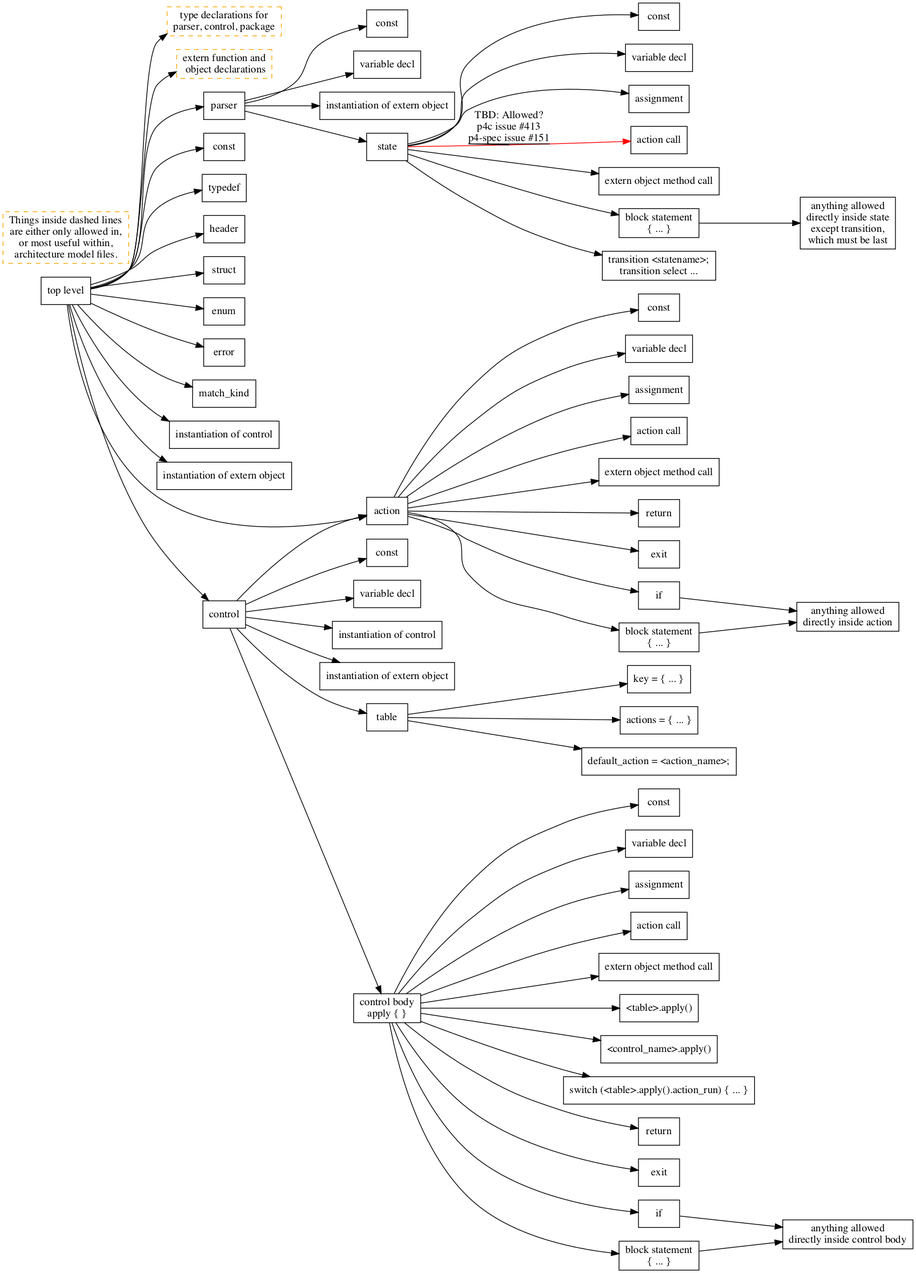
Before: p4-16-allowed-constructs.png, a diagram exported from Graphviz (jafingerhut/p4-guide). Its source is kept beside it as p4-16-allowed-constructs.dot.
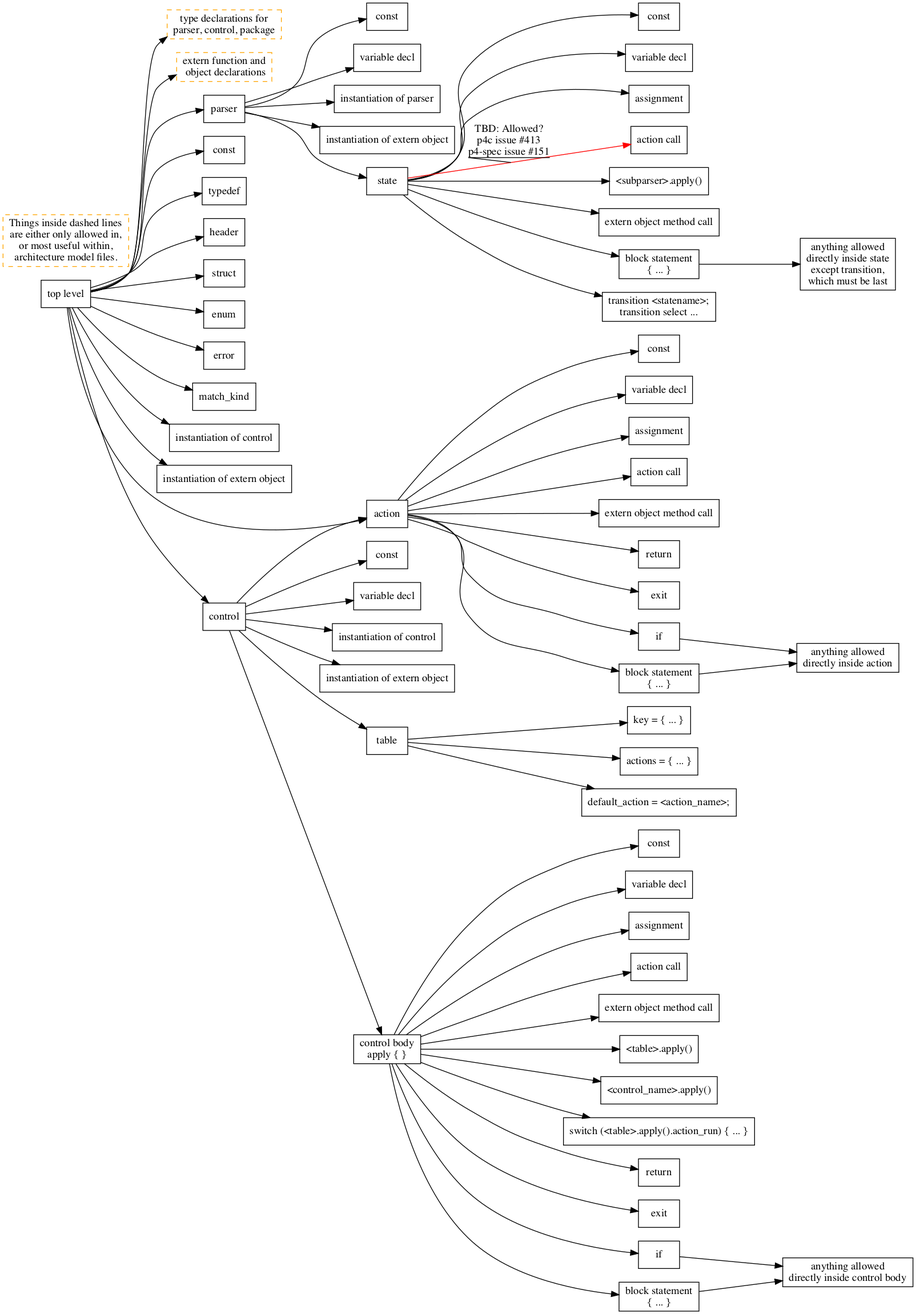
After the change.

Commit message:
Add places where parser instantiations and apply() calls are allowed

Change to the diagram source:
```diff
@@ -39,6 +39,8 @@
     constantDeclaration2 [label="const"];
     parserDeclaration -> variableDeclaration2;
     variableDeclaration2 [label="variable decl"];
+    parserDeclaration -> parserInstantiation2;
+    parserInstantiation2 [label="instantiation of parser"];
     parserDeclaration -> externObjectInstantiation2;
     externObjectInstantiation2 [label="instantiation of extern object"];
     parserDeclaration -> parserState;
@@ -52,6 +54,8 @@
     assignmentStatement3 [label="assignment"];
     parserState -> actionCallStatement3 [color=red label="TBD: Allowed?\np4c issue #413\np4-spec issue #151" decorate=True];
     actionCallStatement3 [label="action call"];
+    parserState -> parserApplyCallStatement3;
+    parserApplyCallStatement3 [label="<subparser>.apply()"];
     parserState -> externObjectMethodCallStatement3;
     externObjectMethodCallStatement3 [label="extern object method call"];
     parserState -> blockStatement3;
```
